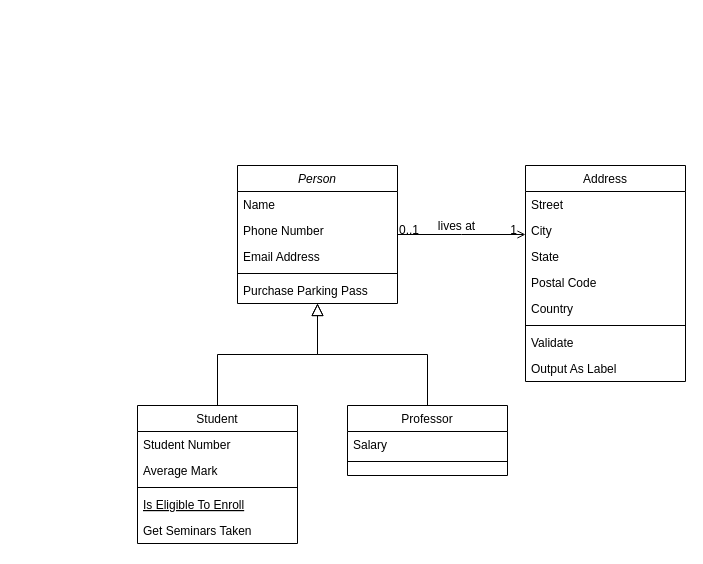
Earlier version of the draw.io diagram High Level Design.drawio (LokeshRajwar/Nimble-SDE-Intern-Assessment). Source tidied: cells renumbered, new cells numbered last; positions are measured from the earlier drawing's top-left corner, leaving out a move shared by most shapes. Both pictures are drawn from the tidied source at 100%, with x=0, y=0 at pixel (137, 165).
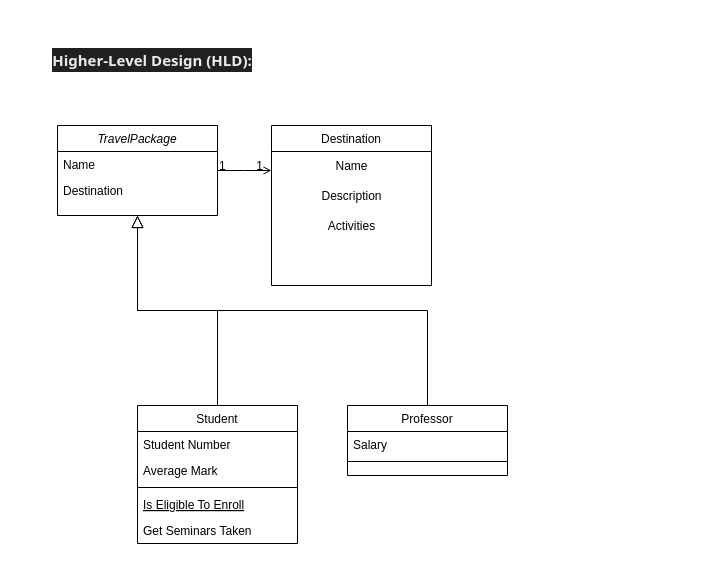
The same page after the edit.

Unchanged cells that the change refers to:
```xml
<mxCell id="28" style="endArrow=open;shadow=0;strokeWidth=1;rounded=0;endFill=1;edgeStyle=elbowEdgeStyle;elbow=vertical;" parent="1" edge="1" source="2" target="19">
  <mxGeometry x="0.5" y="41" relative="1" as="geometry">
    <mxPoint x="-40" y="32" as="offset" />
  </mxGeometry>
</mxCell>
```

Diff of the diagram source:
```diff
@@
-    <mxCell id="2" value="Person" style="swimlane;fontStyle=2;align=center;verticalAlign=top;horizontal=1;startSize=26;rounded=0;shadow=0;strokeWidth=1;" parent="1" vertex="1">
-      <mxGeometry x="100" width="160" height="138" as="geometry" />
+    <mxCell id="2" value="TravelPackage" style="swimlane;fontStyle=2;align=center;verticalAlign=top;horizontal=1;startSize=26;rounded=0;shadow=0;strokeWidth=1;" parent="1" vertex="1">
+      <mxGeometry x="-80" y="-40" width="160" height="90" as="geometry" />
     </mxCell>
@@
-    <mxCell id="4" value="Phone Number" style="text;align=left;verticalAlign=top;spacingLeft=4;spacingRight=4;overflow=hidden;rounded=0;shadow=0;html=0;" parent="2" vertex="1">
+    <mxCell id="4" value="Destination" style="text;align=left;verticalAlign=top;spacingLeft=4;spacingRight=4;overflow=hidden;rounded=0;shadow=0;html=0;" parent="2" vertex="1">
       <mxGeometry y="52" width="160" height="26" as="geometry" />
     </mxCell>
-    <mxCell id="5" value="Email Address" style="text;align=left;verticalAlign=top;spacingLeft=4;spacingRight=4;overflow=hidden;rounded=0;shadow=0;html=0;" parent="2" vertex="1">
-      <mxGeometry y="78" width="160" height="26" as="geometry" />
-    </mxCell>
-    <mxCell id="6" style="line;html=1;strokeWidth=1;align=left;verticalAlign=middle;spacingTop=-1;spacingLeft=3;spacingRight=3;labelPosition=right;" parent="2" vertex="1">
-      <mxGeometry y="104" width="160" height="8" as="geometry" />
-    </mxCell>
-    <mxCell id="7" value="Purchase Parking Pass" style="text;align=left;verticalAlign=top;spacingLeft=4;spacingRight=4;overflow=hidden;" parent="2" vertex="1">
-      <mxGeometry y="112" width="160" height="26" as="geometry" />
-    </mxCell>
@@
-    <mxCell id="19" value="Address" style="swimlane;fontStyle=0;align=center;verticalAlign=top;horizontal=1;startSize=26;rounded=0;shadow=0;strokeWidth=1;" parent="1" vertex="1">
-      <mxGeometry x="388" width="160" height="216" as="geometry" />
+    <mxCell id="19" value="Destination" style="swimlane;fontStyle=0;align=center;verticalAlign=top;horizontal=1;startSize=26;rounded=0;shadow=0;strokeWidth=1;" parent="1" vertex="1">
+      <mxGeometry x="134" y="-40" width="160" height="160" as="geometry" />
     </mxCell>
-    <mxCell id="20" value="Street" style="text;align=left;verticalAlign=top;spacingLeft=4;spacingRight=4;overflow=hidden;" parent="19" vertex="1">
-      <mxGeometry y="26" width="160" height="26" as="geometry" />
-    </mxCell>
-    <mxCell id="21" value="City" style="text;align=left;verticalAlign=top;spacingLeft=4;spacingRight=4;overflow=hidden;rounded=0;shadow=0;html=0;" parent="19" vertex="1">
-      <mxGeometry y="52" width="160" height="26" as="geometry" />
-    </mxCell>
-    <mxCell id="22" value="State" style="text;align=left;verticalAlign=top;spacingLeft=4;spacingRight=4;overflow=hidden;rounded=0;shadow=0;html=0;" parent="19" vertex="1">
-      <mxGeometry y="78" width="160" height="26" as="geometry" />
-    </mxCell>
-    <mxCell id="23" value="Postal Code" style="text;align=left;verticalAlign=top;spacingLeft=4;spacingRight=4;overflow=hidden;rounded=0;shadow=0;html=0;" parent="19" vertex="1">
-      <mxGeometry y="104" width="160" height="26" as="geometry" />
-    </mxCell>
-    <mxCell id="24" value="Country" style="text;align=left;verticalAlign=top;spacingLeft=4;spacingRight=4;overflow=hidden;rounded=0;shadow=0;html=0;" parent="19" vertex="1">
-      <mxGeometry y="130" width="160" height="26" as="geometry" />
-    </mxCell>
-    <mxCell id="25" style="line;html=1;strokeWidth=1;align=left;verticalAlign=middle;spacingTop=-1;spacingLeft=3;spacingRight=3;labelPosition=right;" parent="19" vertex="1">
-      <mxGeometry y="156" width="160" height="8" as="geometry" />
-    </mxCell>
-    <mxCell id="26" value="Validate" style="text;align=left;verticalAlign=top;spacingLeft=4;spacingRight=4;overflow=hidden;" parent="19" vertex="1">
-      <mxGeometry y="164" width="160" height="26" as="geometry" />
-    </mxCell>
-    <mxCell id="27" value="Output As Label" style="text;align=left;verticalAlign=top;spacingLeft=4;spacingRight=4;overflow=hidden;" parent="19" vertex="1">
-      <mxGeometry y="190" width="160" height="26" as="geometry" />
-    </mxCell>
+    <mxCell id="32" value="Name" style="text;html=1;align=center;verticalAlign=middle;strokeColor=none;fillColor=none;" parent="19" vertex="1">
+      <mxGeometry y="26" width="160" height="30" as="geometry" />
+    </mxCell>
+    <mxCell id="33" value="Description" style="text;html=1;align=center;verticalAlign=middle;strokeColor=none;fillColor=none;" parent="19" vertex="1">
+      <mxGeometry y="56" width="160" height="30" as="geometry" />
+    </mxCell>
+    <mxCell id="34" value="Activities" style="text;html=1;align=center;verticalAlign=middle;strokeColor=none;fillColor=none;" parent="19" vertex="1">
+      <mxGeometry y="86" width="160" height="30" as="geometry" />
+    </mxCell>
@@
-    <mxCell id="29" value="0..1" style="align=left;verticalAlign=bottom;labelBackgroundColor=none;fontSize=12;" parent="28" vertex="1">
+    <mxCell id="29" value="1" style="align=left;verticalAlign=bottom;labelBackgroundColor=none;fontSize=12;" parent="28" vertex="1">
       <mxGeometry x="-1" relative="1" as="geometry">
         <mxPoint y="4" as="offset" />
       </mxGeometry>
     </mxCell>
@@
-    <mxCell id="31" value="lives at" style="text;html=1;align=center;verticalAlign=middle;labelBackgroundColor=none;rounded=0;shadow=0;strokeWidth=1;fontSize=12;" parent="28" vertex="1">
-      <mxGeometry x="0.5" y="49" relative="1" as="geometry">
-        <mxPoint x="-38" y="40" as="offset" />
-      </mxGeometry>
-    </mxCell>
+    <mxCell id="35" value="&#10;&lt;h3 style=&quot;border: 0px solid rgb(227, 227, 227); box-sizing: border-box; --tw-border-spacing-x: 0; --tw-border-spacing-y: 0; --tw-translate-x: 0; --tw-translate-y: 0; --tw-rotate: 0; --tw-skew-x: 0; --tw-skew-y: 0; --tw-scale-x: 1; --tw-scale-y: 1; --tw-pan-x: ; --tw-pan-y: ; --tw-pinch-zoom: ; --tw-scroll-snap-strictness: proximity; --tw-gradient-from-position: ; --tw-gradient-via-position: ; --tw-gradient-to-position: ; --tw-ordinal: ; --tw-slashed-zero: ; --tw-numeric-figure: ; --tw-numeric-spacing: ; --tw-numeric-fraction: ; --tw-ring-inset: ; --tw-ring-offset-width: 0px; --tw-ring-offset-color: #fff; --tw-ring-color: rgba(69,89,164,.5); --tw-ring-offset-shadow: 0 0 transparent; --tw-ring-shadow: 0 0 transparent; --tw-shadow: 0 0 transparent; --tw-shadow-colored: 0 0 transparent; --tw-blur: ; --tw-brightness: ; --tw-contrast: ; --tw-grayscale: ; --tw-hue-rotate: ; --tw-invert: ; --tw-saturate: ; --tw-sepia: ; --tw-drop-shadow: ; --tw-backdrop-blur: ; --tw-backdrop-brightness: ; --tw-backdrop-contrast: ; --tw-backdrop-grayscale: ; --tw-backdrop-hue-rotate: ; --tw-backdrop-invert: ; --tw-backdrop-opacity: ; --tw-backdrop-saturate: ; --tw-backdrop-sepia: ; font-size: 1.25em; font-weight: 600; margin: 1rem 0px 0.5rem; line-height: 1.6; color: rgb(236, 236, 236); font-family: Söhne, ui-sans-serif, system-ui, -apple-system, &amp;quot;Segoe UI&amp;quot;, Roboto, Ubuntu, Cantarell, &amp;quot;Noto Sans&amp;quot;, sans-serif, &amp;quot;Helvetica Neue&amp;quot;, Arial, &amp;quot;Apple Color Emoji&amp;quot;, &amp;quot;Segoe UI Emoji&amp;quot;, &amp;quot;Segoe UI Symbol&amp;quot;, &amp;quot;Noto Color Emoji&amp;quot;; font-style: normal; font-variant-ligatures: normal; font-variant-caps: normal; letter-spacing: normal; orphans: 2; text-align: start; text-indent: 0px; text-transform: none; widows: 2; word-spacing: 0px; -webkit-text-stroke-width: 0px; background-color: rgb(33, 33, 33); text-decoration-thickness: initial; text-decoration-style: initial; text-decoration-color: initial;&quot;&gt;Higher-Level Design (HLD):&lt;/h3&gt;&lt;br class=&quot;Apple-interchange-newline&quot;&gt;&#10;&#10;" style="text;strokeColor=none;align=center;fillColor=none;html=1;verticalAlign=middle;whiteSpace=wrap;rounded=0;" parent="1" vertex="1">
+      <mxGeometry x="-120" y="-120" width="270" height="50" as="geometry" />
+    </mxCell>
```
